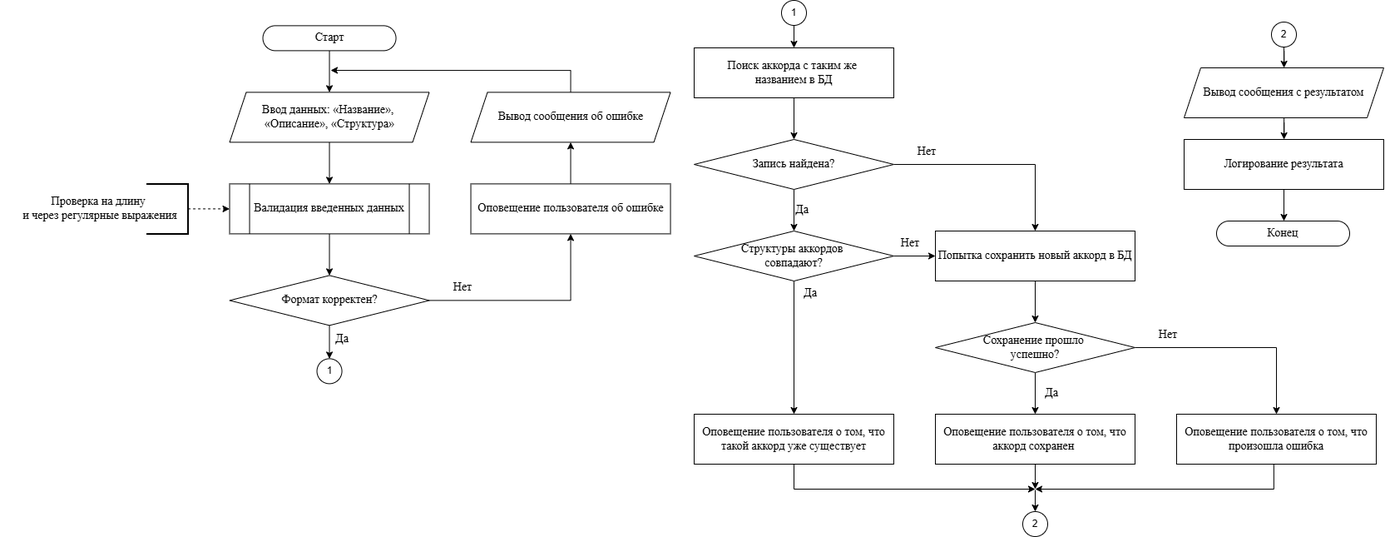
This is Docs/Graph/PNG/BlockSchem.png from N1i2/GuitarNotepade, a draw.io export, as it was before one commit. Source tidied: cells renumbered, new cells last; positions are measured from the earlier drawing's top-left corner, leaving out a move shared by most shapes.
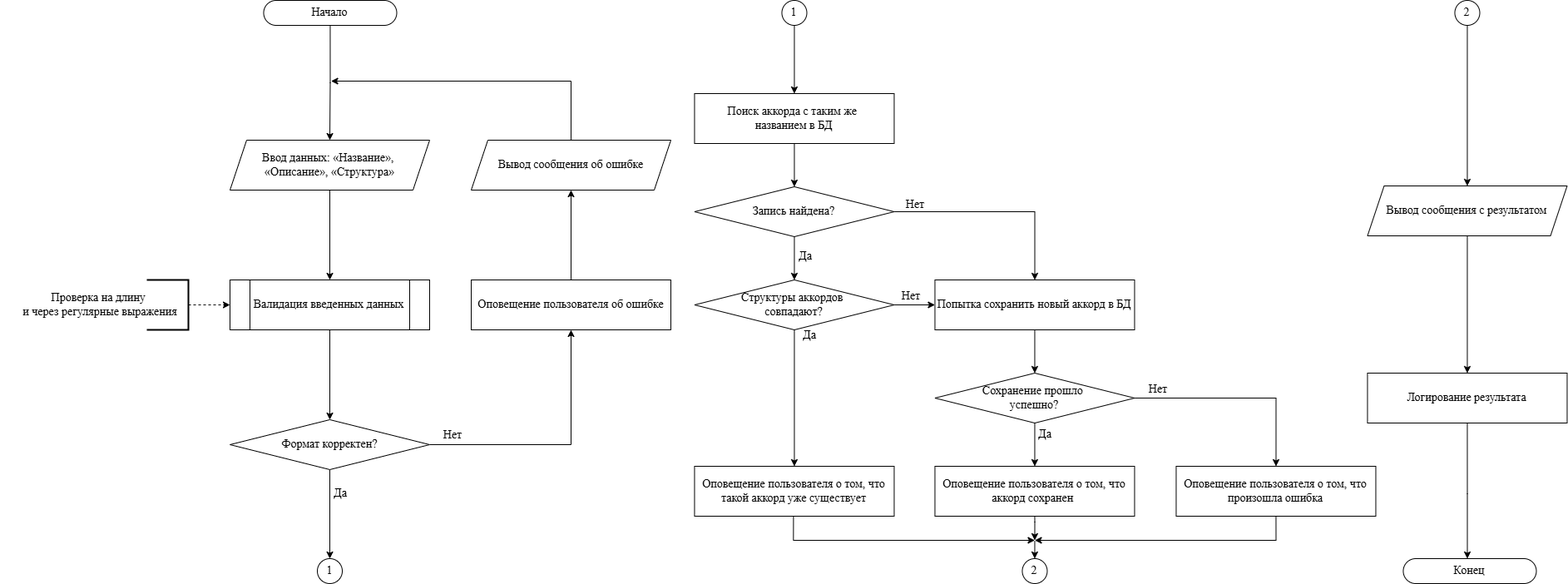
The same file after the commit.

Change to the diagram source:
```diff
@@ -5,20 +5,20 @@
     <mxCell id="2" style="edgeStyle=orthogonalEdgeStyle;rounded=0;jettySize=auto;html=1;exitX=0.5;exitY=1;exitDx=0;exitDy=0;entryX=0.5;entryY=0;entryDx=0;entryDy=0;fontFamily=Times New Roman;fontSize=14;" parent="1" edge="1" source="3" target="5">
       <mxGeometry relative="1" as="geometry" />
     </mxCell>
-    <mxCell id="3" value="&lt;font&gt;Старт&lt;/font&gt;" style="rounded=1;whiteSpace=wrap;html=1;fontFamily=Times New Roman;fontSize=14;arcSize=50;" parent="1" vertex="1">
-      <mxGeometry x="239.5" y="30.4" width="160" height="30" as="geometry" />
+    <mxCell id="3" value="Начало" style="rounded=1;whiteSpace=wrap;html=1;fontFamily=Times New Roman;fontSize=14;arcSize=50;" parent="1" vertex="1">
+      <mxGeometry x="-62.5" y="-869" width="160" height="30" as="geometry" />
     </mxCell>
     <mxCell id="4" style="edgeStyle=orthogonalEdgeStyle;rounded=0;jettySize=auto;html=1;exitX=0.5;exitY=1;exitDx=0;exitDy=0;fontFamily=Times New Roman;fontSize=14;" parent="1" edge="1" source="5" target="7">
       <mxGeometry relative="1" as="geometry" />
     </mxCell>
     <mxCell id="5" value="Ввод данных: «Название»,&amp;nbsp;&lt;div&gt;«Описание», «Структура»&lt;/div&gt;" style="shape=parallelogram;perimeter=parallelogramPerimeter;whiteSpace=wrap;html=1;fixedSize=1;fontFamily=Times New Roman;fontSize=14;" parent="1" vertex="1">
-      <mxGeometry x="199.5" y="110.4" width="240" height="60" as="geometry" />
+      <mxGeometry x="-103" y="-701" width="240" height="60" as="geometry" />
     </mxCell>
     <mxCell id="6" style="edgeStyle=orthogonalEdgeStyle;rounded=0;jettySize=auto;html=1;exitX=0.5;exitY=1;exitDx=0;exitDy=0;fontFamily=Times New Roman;fontSize=14;" parent="1" edge="1" source="7" target="11">
       <mxGeometry relative="1" as="geometry" />
     </mxCell>
     <mxCell id="7" value="Валидация введенных данных" style="shape=process;whiteSpace=wrap;html=1;backgroundOutline=1;fontFamily=Times New Roman;fontSize=14;" parent="1" vertex="1">
-      <mxGeometry x="199.5" y="220.4" width="240" height="60" as="geometry" />
+      <mxGeometry x="-103" y="-533" width="240" height="60" as="geometry" />
     </mxCell>
     <mxCell id="8" style="edgeStyle=orthogonalEdgeStyle;rounded=0;jettySize=auto;html=1;exitX=0;exitY=0.5;exitDx=0;exitDy=0;exitPerimeter=0;endArrow=classic;endFill=1;dashed=1;fontFamily=Times New Roman;fontSize=14;" parent="1" edge="1" source="19" target="7">
       <mxGeometry relative="1" as="geometry" />
@@ -30,28 +30,28 @@
       <mxGeometry relative="1" as="geometry" />
     </mxCell>
     <mxCell id="11" value="Формат корректен?" style="rhombus;whiteSpace=wrap;html=1;fontFamily=Times New Roman;fontSize=14;" parent="1" vertex="1">
-      <mxGeometry x="199.5" y="330.4" width="240" height="60" as="geometry" />
+      <mxGeometry x="-103" y="-365" width="240" height="60" as="geometry" />
     </mxCell>
-    <mxCell id="12" style="edgeStyle=orthogonalEdgeStyle;rounded=0;jettySize=auto;html=1;exitX=0.5;exitY=0;exitDx=0;exitDy=0;" parent="1" edge="1" source="13" target="51">
+    <mxCell id="12" style="edgeStyle=orthogonalEdgeStyle;rounded=0;jettySize=auto;html=1;exitX=0.5;exitY=0;exitDx=0;exitDy=0;fontFamily=Times New Roman;fontSize=14;" parent="1" edge="1" source="13" target="51">
       <mxGeometry relative="1" as="geometry" />
     </mxCell>
     <mxCell id="13" value="Оповещение&amp;nbsp;пользователя об ошибке" style="rounded=0;whiteSpace=wrap;html=1;fontFamily=Times New Roman;fontSize=14;" parent="1" vertex="1">
-      <mxGeometry x="489.5" y="220.4" width="240" height="60" as="geometry" />
+      <mxGeometry x="187" y="-533" width="240" height="60" as="geometry" />
     </mxCell>
     <mxCell id="14" value="Нет" style="text;html=1;whiteSpace=wrap;strokeColor=none;fillColor=none;align=center;verticalAlign=middle;rounded=0;fontFamily=Times New Roman;fontSize=14;" parent="1" vertex="1">
-      <mxGeometry x="449.5" y="330.4" width="60" height="30" as="geometry" />
+      <mxGeometry x="135.5" y="-361" width="60" height="30" as="geometry" />
     </mxCell>
     <mxCell id="15" style="edgeStyle=orthogonalEdgeStyle;rounded=0;jettySize=auto;html=1;exitX=0.5;exitY=1;exitDx=0;exitDy=0;fontFamily=Times New Roman;fontSize=14;" parent="1" edge="1" source="16" target="23">
       <mxGeometry relative="1" as="geometry" />
     </mxCell>
     <mxCell id="16" value="Поиск аккорда с таким же&amp;nbsp;&lt;div&gt;названием в БД&lt;/div&gt;" style="rounded=0;whiteSpace=wrap;html=1;fontFamily=Times New Roman;fontSize=14;" parent="1" vertex="1">
-      <mxGeometry x="758" y="57" width="240" height="60" as="geometry" />
+      <mxGeometry x="455.5" y="-757" width="240" height="60" as="geometry" />
     </mxCell>
     <mxCell id="17" value="Да" style="text;html=1;whiteSpace=wrap;strokeColor=none;fillColor=none;align=center;verticalAlign=middle;rounded=0;fontFamily=Times New Roman;fontSize=14;" parent="1" vertex="1">
-      <mxGeometry x="304.5" y="392" width="60" height="30" as="geometry" />
+      <mxGeometry x="0.5" y="-291" width="60" height="30" as="geometry" />
     </mxCell>
     <mxCell id="18" style="group;fontFamily=Times New Roman;fontSize=14;" parent="1" vertex="1">
-      <mxGeometry x="9.5" y="220.4" width="140" height="60" as="geometry" />
+      <mxGeometry x="-293" y="-533" width="140" height="60" as="geometry" />
     </mxCell>
     <mxCell id="19" style="strokeWidth=2;html=1;shape=mxgraph.flowchart.annotation_1;align=left;shadow=0;rotation=-180;fontFamily=Times New Roman;fontSize=14;" parent="18" vertex="1">
       <mxGeometry x="90" width="50" height="60" as="geometry" />
@@ -66,7 +66,7 @@
       <mxGeometry relative="1" as="geometry" />
     </mxCell>
     <mxCell id="23" value="Запись найдена?" style="rhombus;whiteSpace=wrap;html=1;fontFamily=Times New Roman;fontSize=14;" parent="1" vertex="1">
-      <mxGeometry x="758" y="167" width="240" height="60" as="geometry" />
+      <mxGeometry x="455.5" y="-645" width="240" height="60" as="geometry" />
     </mxCell>
     <mxCell id="24" style="edgeStyle=orthogonalEdgeStyle;rounded=0;jettySize=auto;html=1;exitX=0.5;exitY=1;exitDx=0;exitDy=0;fontFamily=Times New Roman;fontSize=14;" parent="1" edge="1" source="26" target="28">
       <mxGeometry relative="1" as="geometry" />
@@ -75,33 +75,34 @@
       <mxGeometry relative="1" as="geometry" />
     </mxCell>
     <mxCell id="26" value="Структуры аккордов&amp;nbsp;&lt;div&gt;совпа&lt;span style=&quot;background-color: transparent; color: light-dark(rgb(0, 0, 0), rgb(255, 255, 255));&quot;&gt;дают?&lt;/span&gt;&lt;/div&gt;" style="rhombus;whiteSpace=wrap;html=1;fontFamily=Times New Roman;fontSize=14;" parent="1" vertex="1">
-      <mxGeometry x="758" y="277" width="240" height="60" as="geometry" />
+      <mxGeometry x="455.5" y="-533" width="240" height="60" as="geometry" />
     </mxCell>
-    <mxCell id="27" style="edgeStyle=orthogonalEdgeStyle;rounded=0;jettySize=auto;html=1;exitX=0.5;exitY=1;exitDx=0;exitDy=0;fontFamily=Times New Roman;fontSize=14;" parent="1" edge="1" source="28">
+    <mxCell id="27" style="edgeStyle=orthogonalEdgeStyle;rounded=0;orthogonalLoop=1;jettySize=auto;html=1;exitX=0.5;exitY=1;exitDx=0;exitDy=0;fontFamily=Times New Roman;fontSize=14;" parent="1" edge="1">
       <mxGeometry relative="1" as="geometry">
-        <mxPoint x="1168" y="587" as="targetPoint" />
+        <mxPoint x="574.4" y="-262" as="sourcePoint" />
+        <mxPoint x="864.5" y="-220" as="targetPoint" />
         <Array as="points">
-          <mxPoint x="878" y="587" />
+          <mxPoint x="574.5" y="-220" />
         </Array>
       </mxGeometry>
     </mxCell>
     <mxCell id="28" value="Оповещение пользователя о том, что такой аккорд уже существует" style="rounded=0;whiteSpace=wrap;html=1;fontFamily=Times New Roman;fontSize=14;" parent="1" vertex="1">
-      <mxGeometry x="758" y="497" width="240" height="60" as="geometry" />
+      <mxGeometry x="455.5" y="-309" width="240" height="60" as="geometry" />
     </mxCell>
     <mxCell id="29" value="&lt;font&gt;Конец&lt;/font&gt;" style="rounded=1;whiteSpace=wrap;html=1;fontFamily=Times New Roman;fontSize=14;arcSize=50;" parent="1" vertex="1">
-      <mxGeometry x="1386" y="265" width="160" height="30" as="geometry" />
+      <mxGeometry x="1307.5" y="-198" width="160" height="30" as="geometry" />
     </mxCell>
     <mxCell id="30" value="Да" style="text;html=1;whiteSpace=wrap;strokeColor=none;fillColor=none;align=center;verticalAlign=middle;rounded=0;fontFamily=Times New Roman;fontSize=14;" parent="1" vertex="1">
-      <mxGeometry x="858" y="237" width="60" height="30" as="geometry" />
+      <mxGeometry x="559.5" y="-576" width="60" height="30" as="geometry" />
     </mxCell>
     <mxCell id="31" value="Да" style="text;html=1;whiteSpace=wrap;strokeColor=none;fillColor=none;align=center;verticalAlign=middle;rounded=0;fontFamily=Times New Roman;fontSize=14;" parent="1" vertex="1">
-      <mxGeometry x="868" y="337" width="60" height="30" as="geometry" />
+      <mxGeometry x="564.5" y="-481" width="60" height="30" as="geometry" />
     </mxCell>
     <mxCell id="32" style="edgeStyle=orthogonalEdgeStyle;rounded=0;jettySize=auto;html=1;exitX=0.5;exitY=1;exitDx=0;exitDy=0;fontFamily=Times New Roman;fontSize=14;" parent="1" edge="1" source="33" target="36">
       <mxGeometry relative="1" as="geometry" />
     </mxCell>
     <mxCell id="33" value="Попытка сохранить новый аккорд в БД" style="rounded=0;whiteSpace=wrap;html=1;fontFamily=Times New Roman;fontSize=14;" parent="1" vertex="1">
-      <mxGeometry x="1048" y="277" width="240" height="60" as="geometry" />
+      <mxGeometry x="744.5" y="-533" width="240" height="60" as="geometry" />
     </mxCell>
     <mxCell id="34" style="edgeStyle=orthogonalEdgeStyle;rounded=0;jettySize=auto;html=1;fontFamily=Times New Roman;fontSize=14;" parent="1" edge="1" source="36" target="38">
       <mxGeometry relative="1" as="geometry" />
@@ -110,93 +111,94 @@
       <mxGeometry relative="1" as="geometry" />
     </mxCell>
     <mxCell id="36" value="Сохранение прошло&amp;nbsp;&lt;div&gt;успешно?&lt;/div&gt;" style="rhombus;whiteSpace=wrap;html=1;fontFamily=Times New Roman;fontSize=14;" parent="1" vertex="1">
-      <mxGeometry x="1048" y="387" width="240" height="60" as="geometry" />
+      <mxGeometry x="744.5" y="-421" width="240" height="60" as="geometry" />
     </mxCell>
     <mxCell id="37" style="edgeStyle=orthogonalEdgeStyle;rounded=0;jettySize=auto;html=1;exitX=0.5;exitY=1;exitDx=0;exitDy=0;fontFamily=Times New Roman;fontSize=14;" parent="1" edge="1" source="38">
       <mxGeometry relative="1" as="geometry">
-        <mxPoint x="1168" y="587" as="targetPoint" />
+        <mxPoint x="864.5" y="-220" as="targetPoint" />
         <Array as="points">
-          <mxPoint x="1168" y="577" />
-          <mxPoint x="1168" y="577" />
+          <mxPoint x="864.5" y="-242" />
+          <mxPoint x="864.5" y="-242" />
         </Array>
       </mxGeometry>
     </mxCell>
     <mxCell id="38" value="Оповещение пользователя о том, что аккорд сохранен&amp;nbsp;" style="rounded=0;whiteSpace=wrap;html=1;fontFamily=Times New Roman;fontSize=14;" parent="1" vertex="1">
-      <mxGeometry x="1048" y="497" width="240" height="60" as="geometry" />
+      <mxGeometry x="744.5" y="-309" width="240" height="60" as="geometry" />
     </mxCell>
     <mxCell id="39" value="Да" style="text;html=1;whiteSpace=wrap;strokeColor=none;fillColor=none;align=center;verticalAlign=middle;rounded=0;fontFamily=Times New Roman;fontSize=14;" parent="1" vertex="1">
-      <mxGeometry x="1158" y="457" width="60" height="30" as="geometry" />
+      <mxGeometry x="847.5" y="-362" width="60" height="30" as="geometry" />
     </mxCell>
-    <mxCell id="40" style="edgeStyle=orthogonalEdgeStyle;rounded=0;jettySize=auto;html=1;fontFamily=Times New Roman;fontSize=14;" parent="1" edge="1" source="41" target="29">
+    <mxCell id="40" style="edgeStyle=orthogonalEdgeStyle;rounded=0;jettySize=auto;html=1;fontFamily=Times New Roman;fontSize=14;exitX=0.5;exitY=1;exitDx=0;exitDy=0;" parent="1" edge="1" source="41" target="29">
       <mxGeometry relative="1" as="geometry">
         <Array as="points">
-          <mxPoint x="1502" y="294" />
-          <mxPoint x="1502" y="294" />
+          <mxPoint x="1384.5" y="-276" />
+          <mxPoint x="1384.5" y="-276" />
         </Array>
       </mxGeometry>
     </mxCell>
     <mxCell id="41" value="Логирование результата" style="rounded=0;whiteSpace=wrap;html=1;fontFamily=Times New Roman;fontSize=14;" parent="1" vertex="1">
-      <mxGeometry x="1347" y="167" width="240" height="60" as="geometry" />
+      <mxGeometry x="1264.5" y="-421" width="240" height="60" as="geometry" />
     </mxCell>
     <mxCell id="42" style="edgeStyle=orthogonalEdgeStyle;rounded=0;jettySize=auto;html=1;exitX=0.5;exitY=1;exitDx=0;exitDy=0;fontFamily=Times New Roman;fontSize=14;" parent="1" edge="1" source="43">
       <mxGeometry relative="1" as="geometry">
-        <mxPoint x="1168" y="587" as="targetPoint" />
+        <mxPoint x="864.5" y="-220" as="targetPoint" />
         <Array as="points">
-          <mxPoint x="1455" y="587" />
+          <mxPoint x="1154.5" y="-220" />
         </Array>
       </mxGeometry>
     </mxCell>
     <mxCell id="43" value="Оповещение пользователя о том, что произошла ошибка" style="rounded=0;whiteSpace=wrap;html=1;fontFamily=Times New Roman;fontSize=14;" parent="1" vertex="1">
-      <mxGeometry x="1338" y="497" width="240" height="60" as="geometry" />
+      <mxGeometry x="1034.5" y="-309" width="240" height="60" as="geometry" />
     </mxCell>
     <mxCell id="44" value="Нет" style="text;html=1;whiteSpace=wrap;strokeColor=none;fillColor=none;align=center;verticalAlign=middle;rounded=0;fontFamily=Times New Roman;fontSize=14;" parent="1" vertex="1">
-      <mxGeometry x="1008" y="167" width="60" height="30" as="geometry" />
+      <mxGeometry x="691.5" y="-638" width="60" height="30" as="geometry" />
     </mxCell>
     <mxCell id="45" value="Нет" style="text;html=1;whiteSpace=wrap;strokeColor=none;fillColor=none;align=center;verticalAlign=middle;rounded=0;fontFamily=Times New Roman;fontSize=14;" parent="1" vertex="1">
-      <mxGeometry x="1298" y="387" width="60" height="30" as="geometry" />
+      <mxGeometry x="983.5" y="-416" width="60" height="30" as="geometry" />
     </mxCell>
     <mxCell id="46" value="Нет" style="text;html=1;whiteSpace=wrap;strokeColor=none;fillColor=none;align=center;verticalAlign=middle;rounded=0;fontFamily=Times New Roman;fontSize=14;" parent="1" vertex="1">
-      <mxGeometry x="988" y="277" width="60" height="30" as="geometry" />
+      <mxGeometry x="686.5" y="-528" width="60" height="30" as="geometry" />
     </mxCell>
-    <mxCell id="47" value="1" style="ellipse;whiteSpace=wrap;html=1;" parent="1" vertex="1">
-      <mxGeometry x="304.5" y="430.4" width="30" height="30" as="geometry" />
+    <mxCell id="47" value="1" style="ellipse;whiteSpace=wrap;html=1;fontFamily=Times New Roman;fontSize=14;" parent="1" vertex="1">
+      <mxGeometry x="2" y="-198" width="30" height="30" as="geometry" />
     </mxCell>
-    <mxCell id="48" style="edgeStyle=orthogonalEdgeStyle;rounded=0;jettySize=auto;html=1;exitX=0.5;exitY=1;exitDx=0;exitDy=0;" parent="1" edge="1" source="49" target="16">
+    <mxCell id="48" style="edgeStyle=orthogonalEdgeStyle;rounded=0;jettySize=auto;html=1;exitX=0.5;exitY=1;exitDx=0;exitDy=0;fontFamily=Times New Roman;fontSize=14;" parent="1" edge="1" source="49" target="16">
       <mxGeometry relative="1" as="geometry" />
     </mxCell>
-    <mxCell id="49" value="1" style="ellipse;whiteSpace=wrap;html=1;" parent="1" vertex="1">
-      <mxGeometry x="863" width="30" height="30" as="geometry" />
+    <mxCell id="49" value="1" style="ellipse;whiteSpace=wrap;html=1;fontFamily=Times New Roman;fontSize=14;" parent="1" vertex="1">
+      <mxGeometry x="560.5" y="-869" width="30" height="30" as="geometry" />
     </mxCell>
-    <mxCell id="50" style="edgeStyle=orthogonalEdgeStyle;rounded=0;jettySize=auto;html=1;exitX=0.5;exitY=0;exitDx=0;exitDy=0;" parent="1" edge="1" source="51">
+    <mxCell id="50" style="edgeStyle=orthogonalEdgeStyle;rounded=0;jettySize=auto;html=1;exitX=0.5;exitY=0;exitDx=0;exitDy=0;fontFamily=Times New Roman;fontSize=14;" parent="1" edge="1" source="51">
       <mxGeometry relative="1" as="geometry">
-        <mxPoint x="321" y="84" as="targetPoint" />
+        <mxPoint x="18.5" y="-772" as="targetPoint" />
         <Array as="points">
-          <mxPoint x="610" y="84" />
+          <mxPoint x="307.5" y="-772" />
+          <mxPoint x="18.5" y="-772" />
         </Array>
       </mxGeometry>
     </mxCell>
     <mxCell id="51" value="Вывод сообщения об ошибке" style="shape=parallelogram;perimeter=parallelogramPerimeter;whiteSpace=wrap;html=1;fixedSize=1;fontFamily=Times New Roman;fontSize=14;" parent="1" vertex="1">
-      <mxGeometry x="489.5" y="110.4" width="240" height="60" as="geometry" />
+      <mxGeometry x="187" y="-701" width="240" height="60" as="geometry" />
     </mxCell>
-    <mxCell id="52" value="2" style="ellipse;whiteSpace=wrap;html=1;" parent="1" vertex="1">
-      <mxGeometry x="1153" y="614" width="30" height="30" as="geometry" />
+    <mxCell id="52" value="2" style="ellipse;whiteSpace=wrap;html=1;fontFamily=Times New Roman;fontSize=14;" parent="1" vertex="1">
+      <mxGeometry x="849.5" y="-198" width="30" height="30" as="geometry" />
     </mxCell>
-    <mxCell id="53" style="endArrow=classic;html=1;rounded=0;" parent="1" edge="1" target="52">
+    <mxCell id="53" style="endArrow=classic;html=1;rounded=0;fontFamily=Times New Roman;fontSize=14;" parent="1" edge="1" target="52">
       <mxGeometry relative="1" as="geometry">
-        <mxPoint x="1168" y="588" as="sourcePoint" />
+        <mxPoint x="864.5" y="-219" as="sourcePoint" />
       </mxGeometry>
     </mxCell>
-    <mxCell id="54" style="edgeStyle=orthogonalEdgeStyle;rounded=0;jettySize=auto;html=1;exitX=0.5;exitY=1;exitDx=0;exitDy=0;" parent="1" edge="1" source="55" target="57">
+    <mxCell id="54" style="edgeStyle=orthogonalEdgeStyle;rounded=0;jettySize=auto;html=1;exitX=0.5;exitY=1;exitDx=0;exitDy=0;fontFamily=Times New Roman;fontSize=14;" parent="1" edge="1" source="55" target="57">
       <mxGeometry relative="1" as="geometry" />
     </mxCell>
-    <mxCell id="55" value="2" style="ellipse;whiteSpace=wrap;html=1;" parent="1" vertex="1">
-      <mxGeometry x="1452" y="26" width="30" height="30" as="geometry" />
+    <mxCell id="55" value="2" style="ellipse;whiteSpace=wrap;html=1;fontFamily=Times New Roman;fontSize=14;" parent="1" vertex="1">
+      <mxGeometry x="1369.5" y="-869" width="30" height="30" as="geometry" />
     </mxCell>
-    <mxCell id="56" style="edgeStyle=orthogonalEdgeStyle;rounded=0;jettySize=auto;html=1;" parent="1" edge="1" source="57" target="41">
+    <mxCell id="56" style="edgeStyle=orthogonalEdgeStyle;rounded=0;jettySize=auto;html=1;fontFamily=Times New Roman;fontSize=14;" parent="1" edge="1" source="57" target="41">
       <mxGeometry relative="1" as="geometry" />
     </mxCell>
     <mxCell id="57" value="Вывод сообщения с результатом" style="shape=parallelogram;perimeter=parallelogramPerimeter;whiteSpace=wrap;html=1;fixedSize=1;fontFamily=Times New Roman;fontSize=14;" parent="1" vertex="1">
-      <mxGeometry x="1347" y="81" width="240" height="60" as="geometry" />
+      <mxGeometry x="1264.5" y="-646" width="240" height="60" as="geometry" />
     </mxCell>
   </root>
 </mxGraphModel>
```
